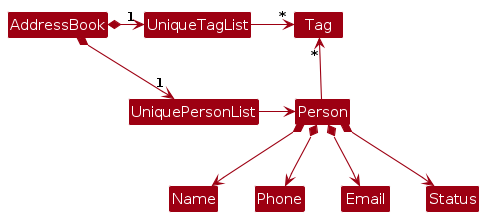
Before: diagrams/BetterModelClassDiagram.png, a diagram exported from PlantUML (AY2526S2-CS2103T-T10-3/tp). Its source is kept beside it as diagrams/BetterModelClassDiagram.puml.
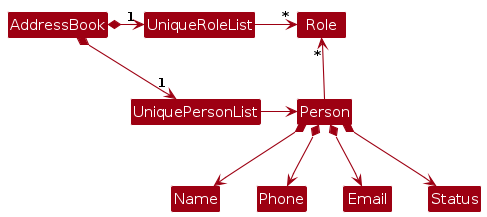
The same diagram one commit later.

Diff of the diagram source:
```diff
@@ -5,14 +5,14 @@
 skinparam classBackgroundColor MODEL_COLOR
 
 AddressBook *-right-> "1" UniquePersonList
-AddressBook *-right-> "1" UniqueTagList
-UniqueTagList -[hidden]down- UniquePersonList
-UniqueTagList -[hidden]down- UniquePersonList
+AddressBook *-right-> "1" UniqueRoleList
+UniqueRoleList -[hidden]down- UniquePersonList
+UniqueRoleList -[hidden]down- UniquePersonList
 
-UniqueTagList -right-> "*" Tag
+UniqueRoleList -right-> "*" Role
 UniquePersonList -right-> Person
 
-Person -up-> "*" Tag
+Person -up-> "*" Role
 
 Person *--> Name
 Person *--> Phone
```
